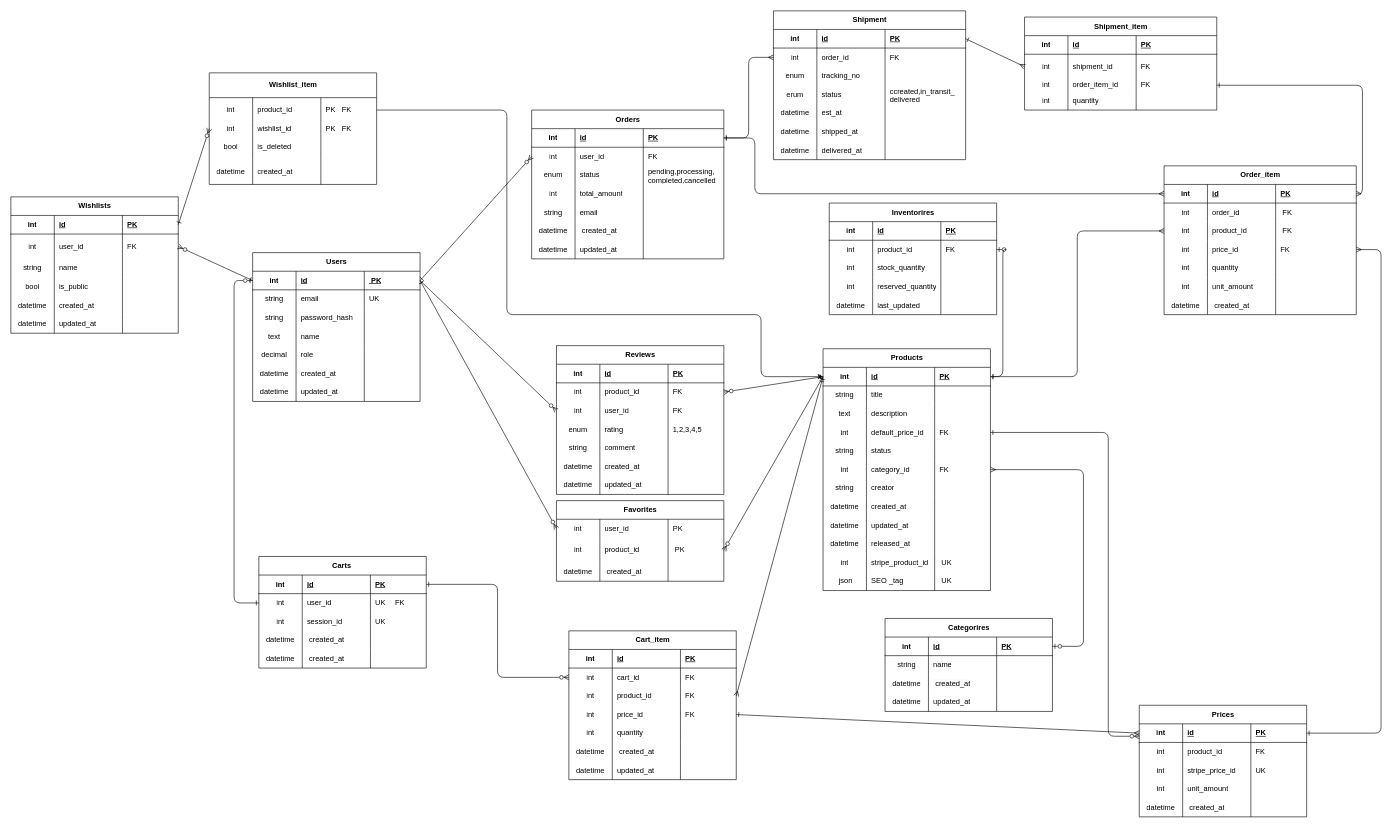
The draw.io diagram page "ER図案" (2 of 2) of er.dio in tt-921/recursion_backendproject_5_team, before the edit. Source tidied: cells renumbered, new cells numbered last; positions are measured from the earlier drawing's top-left corner, leaving out a move shared by most shapes. Both pictures are drawn from the tidied source at 62%, with x=0, y=0 at pixel (11, 11).
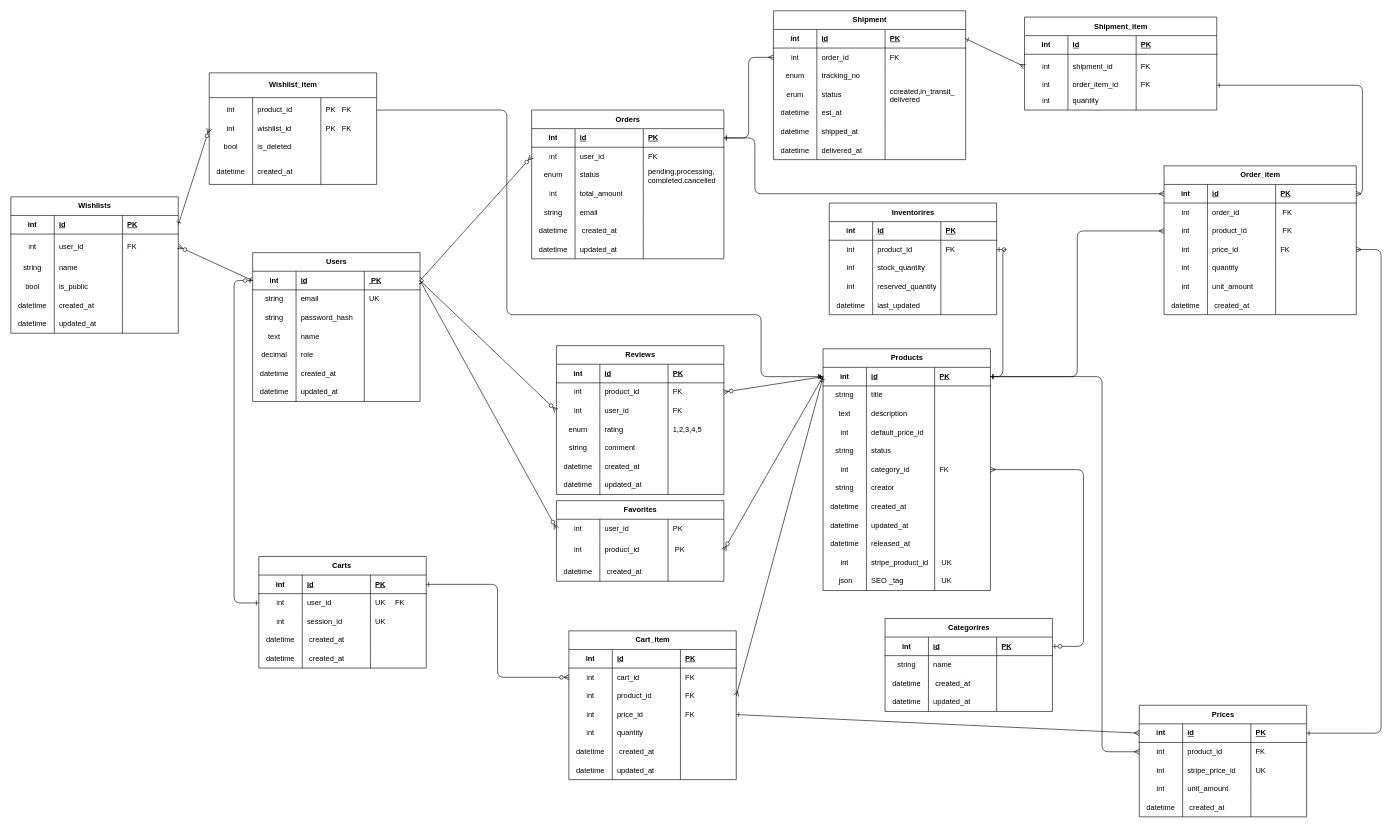
Above is the later version.

Unchanged cells that the change refers to:
```xml
<mxCell id="3" style="shape=tableRow;horizontal=0;startSize=0;swimlaneHead=0;swimlaneBody=0;fillColor=none;points=[[0,0.5],[1,0.5]];portConstraint=eastwest;top=0;left=0;right=0;bottom=1;" parent="2" vertex="1">
  <mxGeometry y="30" width="270" height="30" as="geometry" />
</mxCell>
<mxCell id="15" style="shape=tableRow;horizontal=0;startSize=0;swimlaneHead=0;swimlaneBody=0;fillColor=none;points=[[0,0.5],[1,0.5]];portConstraint=eastwest;top=0;left=0;right=0;bottom=0;" parent="2" vertex="1">
  <mxGeometry y="120" width="270" height="30" as="geometry" />
</mxCell>
<mxCell id="108" style="shape=tableRow;horizontal=0;startSize=0;swimlaneHead=0;swimlaneBody=0;fillColor=none;points=[[0,0.5],[1,0.5]];portConstraint=eastwest;top=0;left=0;right=0;bottom=0;" parent="103" vertex="1">
  <mxGeometry y="60" width="270" height="30" as="geometry" />
</mxCell>
```

What changed in the source:
```diff
@@
-    <mxCell id="18" value="FK" style="shape=partialRectangle;fillColor=none;top=0;left=0;bottom=0;right=0;align=left;spacingLeft=6;overflow=hidden;whiteSpace=wrap;html=1;" parent="15" vertex="1">
+    <mxCell id="18" style="shape=partialRectangle;fillColor=none;top=0;left=0;bottom=0;right=0;align=left;spacingLeft=6;overflow=hidden;whiteSpace=wrap;html=1;" parent="15" vertex="1">
       <mxGeometry x="180" width="90" height="30" as="geometry" />
     </mxCell>
@@
-    <mxCell id="396" style="edgeStyle=orthogonalEdgeStyle;html=1;exitX=1;exitY=0.5;exitDx=0;exitDy=0;endArrow=ERzeroToMany;endFill=0;startArrow=ERone;startFill=0;" parent="1" edge="1" source="15">
-      <mxGeometry relative="1" as="geometry">
-        <mxPoint x="1820" y="1170" as="targetPoint" />
-        <Array as="points">
-          <mxPoint x="1770" y="680" />
-          <mxPoint x="1770" y="1170" />
-        </Array>
-      </mxGeometry>
-    </mxCell>
@@
+    <mxCell id="399" style="edgeStyle=orthogonalEdgeStyle;html=1;exitX=0;exitY=0.5;exitDx=0;exitDy=0;entryX=1;entryY=0.5;entryDx=0;entryDy=0;startArrow=ERmany;startFill=0;endArrow=ERone;endFill=0;" parent="1" edge="1" source="108" target="3">
+      <mxGeometry relative="1" as="geometry">
+        <Array as="points">
+          <mxPoint x="1760" y="1195" />
+          <mxPoint x="1760" y="590" />
+        </Array>
+      </mxGeometry>
+    </mxCell>
```
